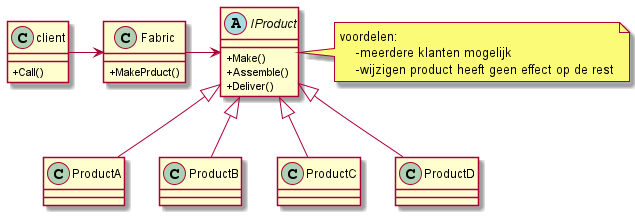
Earlier version of the PlantUML export img/img2/SimpleFactory.png (Kaguya268/Kaguya268.github.io). The source it was exported from:
```plantuml
@startuml SimpleFactory
skinparam ClassAttributeIconSize 0
class client{
    +Call()
}
class Fabric{
    +MakePrduct()
}
abstract class IProduct{
    +Make()
    +Assemble()
    +Deliver()
}
class ProductA{}
class ProductB{}
class ProductC{}
class ProductD{}

client -> Fabric
Fabric -> IProduct
IProduct <|-- ProductA
IProduct <|-- ProductB
IProduct <|-- ProductC
IProduct <|-- ProductD
note right of IProduct{
    voordelen:
        -meerdere klanten mogelijk
        -wijzigen product heeft geen effect op de rest
}
@enduml
```
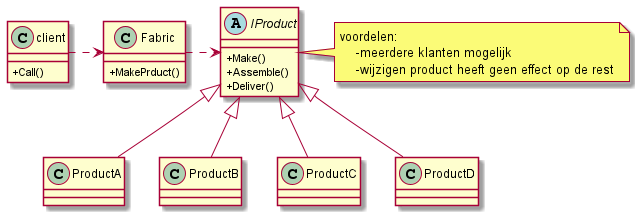
The same diagram one commit later.

Diff of the diagram source:
```diff
@@ -16,8 +16,8 @@
 class ProductC{}
 class ProductD{}
 
-client -> Fabric
-Fabric -> IProduct
+client .> Fabric
+Fabric .> IProduct
 IProduct <|-- ProductA
 IProduct <|-- ProductB
 IProduct <|-- ProductC
```
